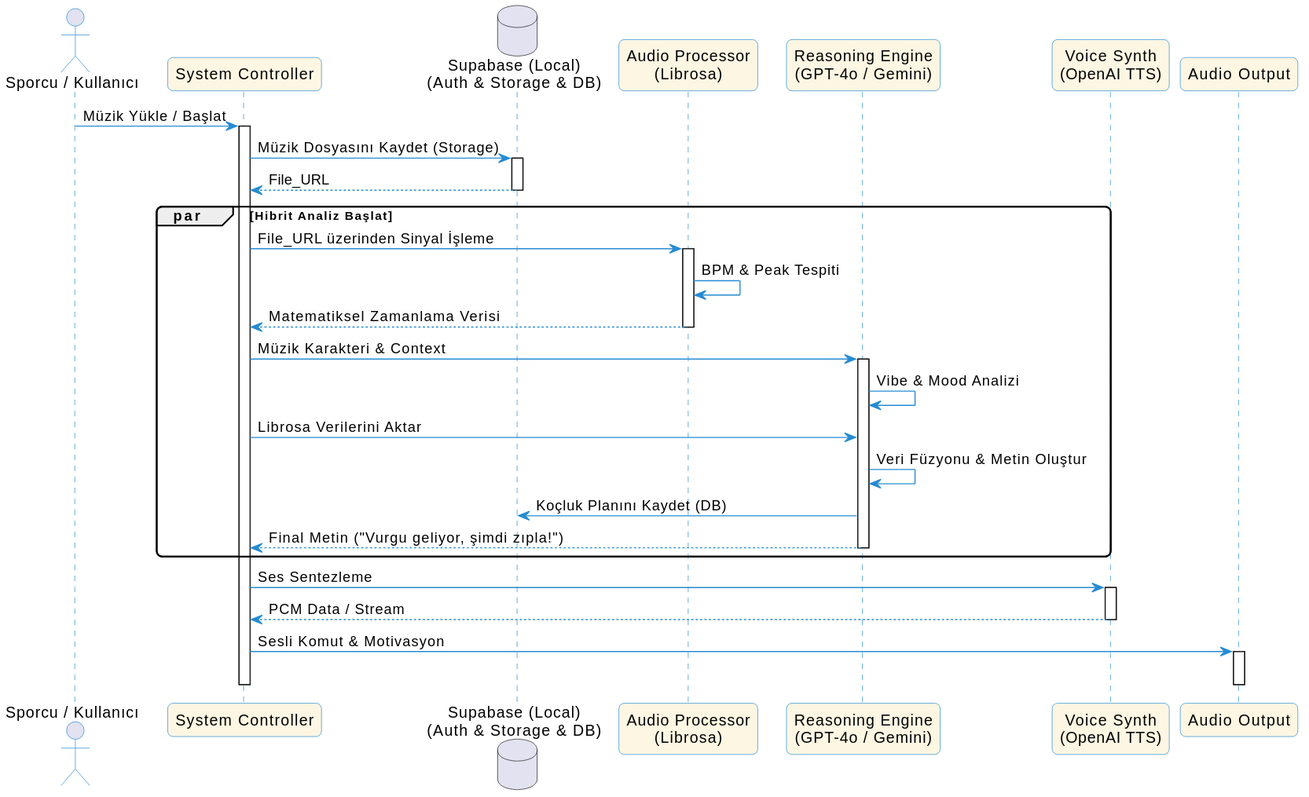
The PlantUML diagram workflows/sequence.svg in myz21/metu-sports-hackhaton, before a commit.
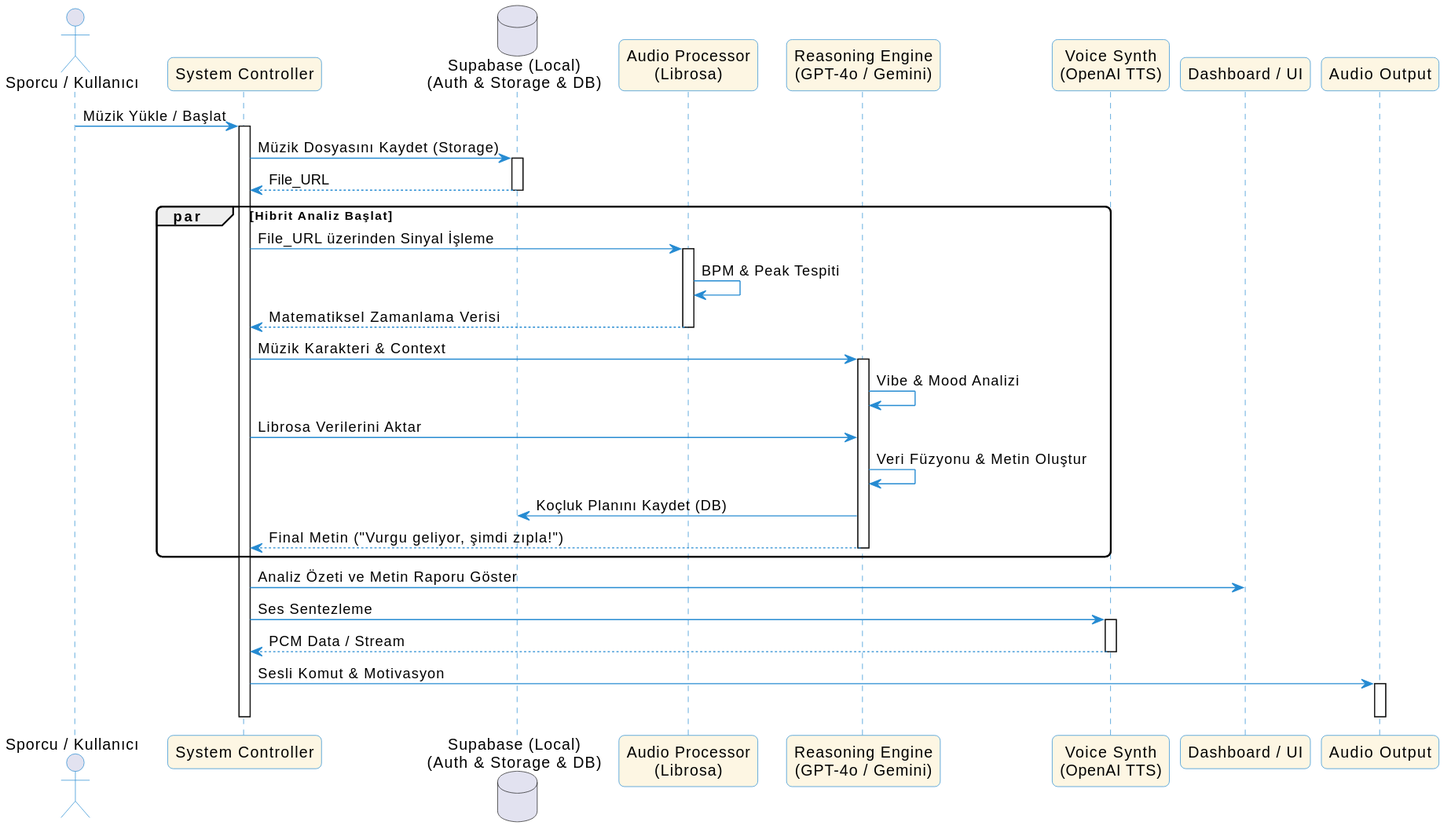
The same file after the commit.

Change to the diagram source:
```diff
@@ -16,6 +16,7 @@
 participant "Audio Processor\n(Librosa)" as Librosa
 participant "Reasoning Engine\n(GPT-4o / Gemini)" as LLM
 participant "Voice Synth\n(OpenAI TTS)" as TTS
+participant "Dashboard / UI" as UI
 participant "Audio Output" as Audio
 
 User -> App: Müzik Yükle / Başlat
@@ -42,6 +43,7 @@
     deactivate LLM
 end
 
+App -> UI: Analiz Özeti ve Metin Raporu Göster
 App -> TTS: Ses Sentezleme
 activate TTS
 TTS --> App: PCM Data / Stream
```
